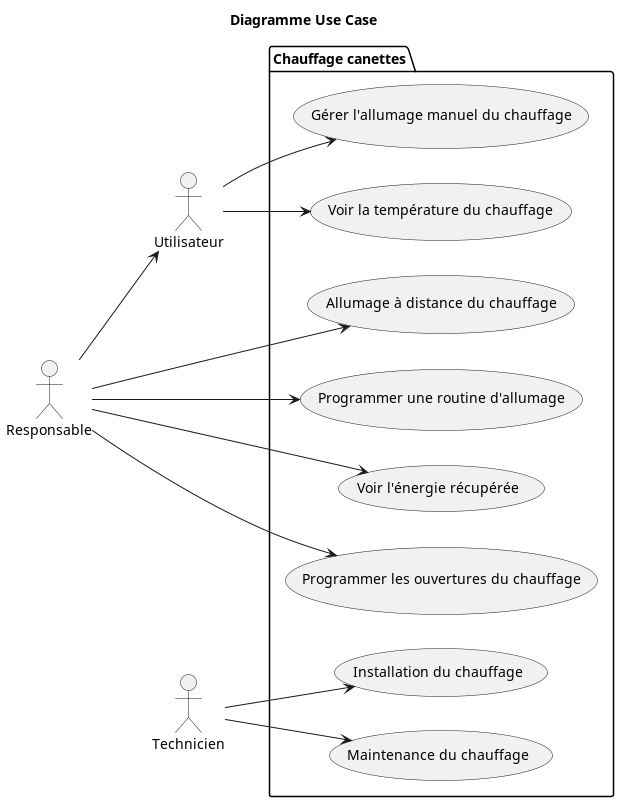
chauffapagnan/documentation keeps this PlantUML diagram as img/usecase.png. Above is the earlier version.
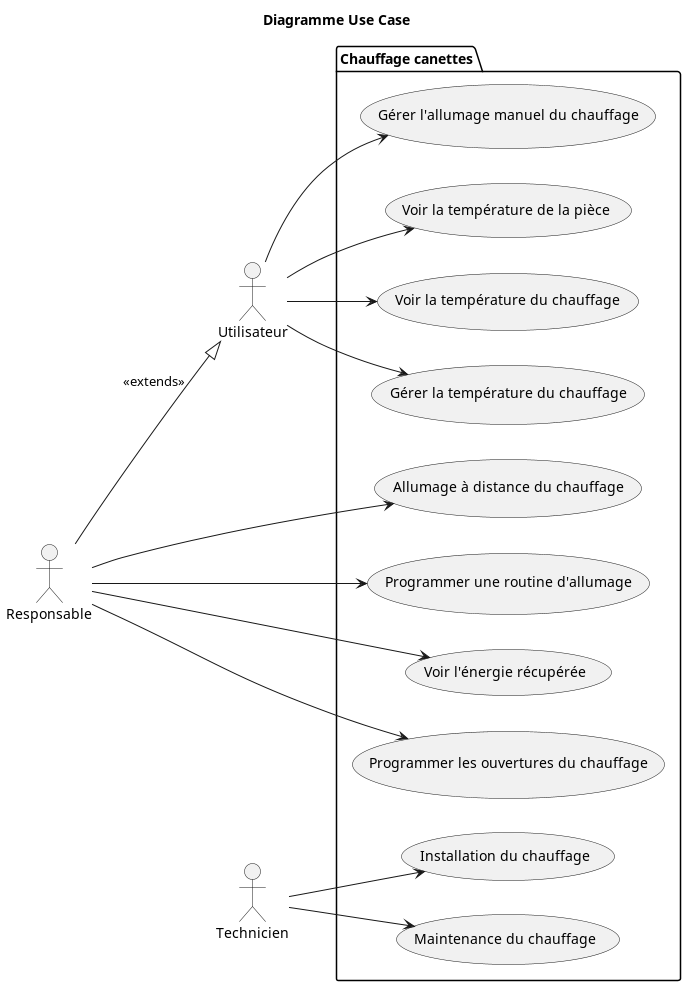
After the change.

The edit, as a diff of the source:
```diff
@@ -11,7 +11,9 @@
     usecase (Gérer l'allumage manuel du chauffage) as manuel
     usecase (Allumage à distance du chauffage) as distance
     usecase (Programmer une routine d'allumage) as prog_routine
-    usecase (Voir la température du chauffage) as voir_temp
+    usecase (Voir la température de la pièce) as voir_temp
+    usecase (Voir la température du chauffage) as voir_temp2
+    usecase (Gérer la température du chauffage) as gerer_temp
     usecase (Voir l'énergie récupérée) as voir_energ
     usecase (Programmer les ouvertures du chauffage) as gerer_ouvertures
     usecase (Installation du chauffage) as installation
@@ -20,8 +22,10 @@
 
 Utilisateur --> manuel
 Utilisateur --> voir_temp
+Utilisateur --> voir_temp2
+Utilisateur --> gerer_temp
 
-Responsable --> Utilisateur
+Responsable --|> Utilisateur : <<extends>>
 Responsable --> gerer_ouvertures
 Responsable --> distance
 Responsable --> prog_routine
```
